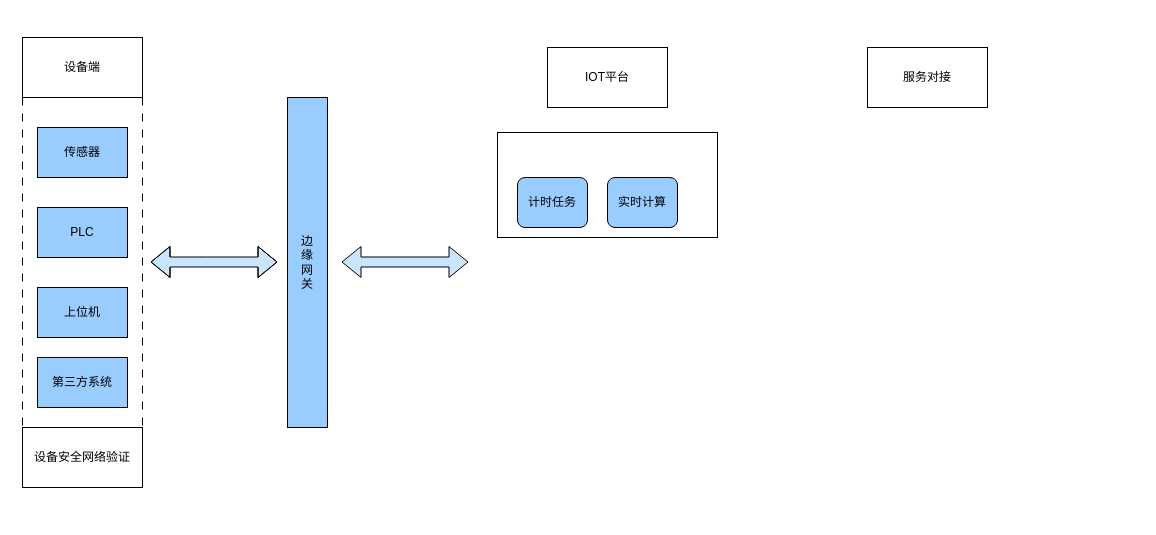
Above: 积分商城/iot架构图.drawio in messi122/picture (draw.io), before the change. Source tidied: cells renumbered, new cells numbered last; positions are measured from the earlier drawing's top-left corner, leaving out a move shared by most shapes. Both pictures are drawn from the tidied source at 100%, with x=0, y=0 at pixel (22, 37).
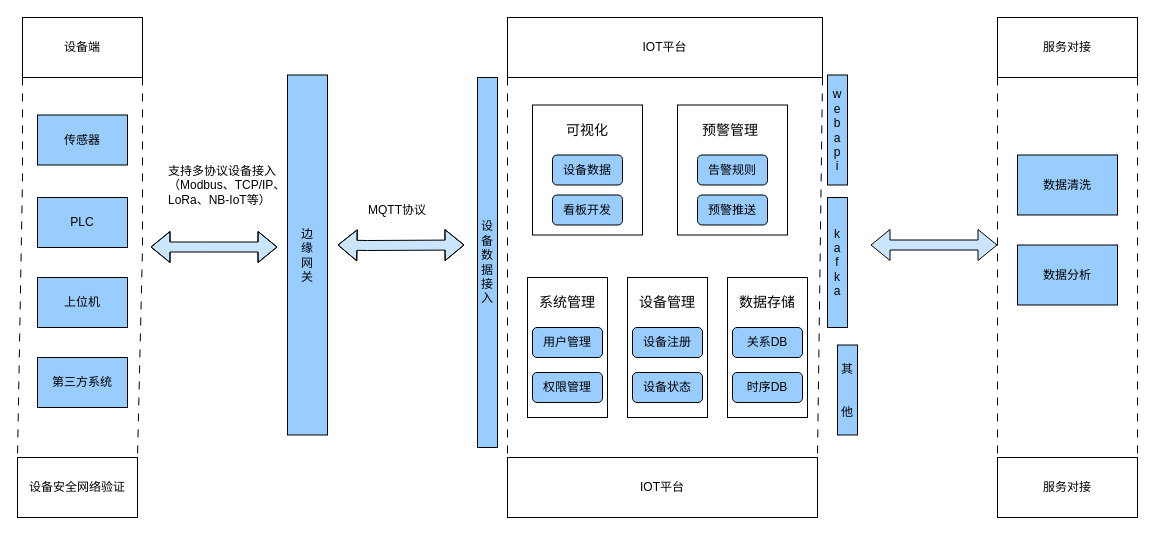
The same diagram, later.

Commit message:
更新iot架构图.drawio

Change to the diagram source:
```diff
@@
     <mxCell id="2" style="edgeStyle=none;rounded=0;jettySize=auto;html=1;exitX=1;exitY=1;exitDx=0;exitDy=0;entryX=1;entryY=0;entryDx=0;entryDy=0;dashed=1;dashPattern=8 8;endArrow=none;endFill=0;" parent="1" edge="1" source="4" target="9">
       <mxGeometry relative="1" as="geometry">
         <Array as="points">
-          <mxPoint x="120" y="230" />
+          <mxPoint x="120" y="210" />
         </Array>
       </mxGeometry>
     </mxCell>
     <mxCell id="3" style="edgeStyle=none;rounded=0;jettySize=auto;html=1;exitX=0;exitY=1;exitDx=0;exitDy=0;entryX=0;entryY=0;entryDx=0;entryDy=0;dashed=1;dashPattern=8 8;endArrow=none;endFill=0;" parent="1" edge="1" source="4" target="9">
-      <mxGeometry relative="1" as="geometry" />
+      <mxGeometry relative="1" as="geometry">
+        <Array as="points">
+          <mxPoint y="140" />
+        </Array>
+      </mxGeometry>
     </mxCell>
     <mxCell id="4" value="设备端" style="rounded=0;whiteSpace=wrap;html=1;" parent="1" vertex="1">
-      <mxGeometry width="120" height="60" as="geometry" />
+      <mxGeometry y="-20" width="120" height="60" as="geometry" />
     </mxCell>
     <mxCell id="5" value="传感器" style="rounded=0;whiteSpace=wrap;html=1;fillColor=#99CCFF;" parent="1" vertex="1">
-      <mxGeometry x="15" y="90" width="90" height="50" as="geometry" />
+      <mxGeometry x="15" y="77.5" width="90" height="50" as="geometry" />
     </mxCell>
     <mxCell id="6" value="PLC" style="rounded=0;whiteSpace=wrap;html=1;fillColor=#99CCFF;" parent="1" vertex="1">
-      <mxGeometry x="15" y="170" width="90" height="50" as="geometry" />
+      <mxGeometry x="15" y="160" width="90" height="50" as="geometry" />
     </mxCell>
     <mxCell id="7" value="上位机" style="rounded=0;whiteSpace=wrap;html=1;fillColor=#99CCFF;" parent="1" vertex="1">
-      <mxGeometry x="15" y="250" width="90" height="50" as="geometry" />
+      <mxGeometry x="15" y="240" width="90" height="50" as="geometry" />
     </mxCell>
@@
     <mxCell id="9" value="设备安全网络验证" style="rounded=0;whiteSpace=wrap;html=1;" parent="1" vertex="1">
-      <mxGeometry y="390" width="120" height="60" as="geometry" />
+      <mxGeometry x="-5" y="420" width="120" height="60" as="geometry" />
     </mxCell>
     <mxCell id="10" value="边&lt;div&gt;缘&lt;/div&gt;&lt;div&gt;网&lt;/div&gt;&lt;div&gt;关&lt;/div&gt;" style="rounded=0;whiteSpace=wrap;html=1;fillColor=#99CCFF;" parent="1" vertex="1">
-      <mxGeometry x="265" y="60" width="40" height="330" as="geometry" />
+      <mxGeometry x="265" y="37.5" width="40" height="360" as="geometry" />
     </mxCell>
     <mxCell id="11" style="shape=flexArrow;endArrow=classic;startArrow=classic;html=1;rounded=0;fillColor=#CCE5FF;" parent="1" edge="1">
       <mxGeometry relative="1" as="geometry">
-        <mxPoint x="128" y="224.5" as="sourcePoint" />
-        <mxPoint x="255" y="224.5" as="targetPoint" />
+        <mxPoint x="128" y="209.5" as="sourcePoint" />
+        <mxPoint x="255" y="209.5" as="targetPoint" />
         <Array as="points">
-          <mxPoint x="185" y="224.5" />
+          <mxPoint x="185" y="209.5" />
         </Array>
       </mxGeometry>
     </mxCell>
+    <mxCell id="18" style="edgeStyle=none;rounded=0;jettySize=auto;html=1;exitX=0;exitY=1;exitDx=0;exitDy=0;entryX=0;entryY=0.25;entryDx=0;entryDy=0;dashed=1;dashPattern=8 8;endArrow=none;endFill=0;" parent="1" edge="1" source="12" target="45">
+      <mxGeometry relative="1" as="geometry" />
+    </mxCell>
+    <mxCell id="19" style="edgeStyle=none;rounded=0;jettySize=auto;html=1;exitX=1;exitY=1;exitDx=0;exitDy=0;entryX=1;entryY=0;entryDx=0;entryDy=0;dashed=1;dashPattern=8 8;endArrow=none;endFill=0;" parent="1" edge="1" source="12" target="45">
+      <mxGeometry relative="1" as="geometry" />
+    </mxCell>
     <mxCell id="12" value="IOT平台" style="rounded=0;whiteSpace=wrap;html=1;" parent="1" vertex="1">
-      <mxGeometry x="525" y="10" width="120" height="60" as="geometry" />
+      <mxGeometry x="485" y="-20" width="315" height="60" as="geometry" />
     </mxCell>
-    <mxCell id="13" style="rounded=0;whiteSpace=wrap;html=1;" parent="1" vertex="1">
-      <mxGeometry x="475" y="95" width="220" height="105" as="geometry" />
-    </mxCell>
+    <mxCell id="20" style="edgeStyle=none;rounded=0;jettySize=auto;html=1;exitX=0;exitY=1;exitDx=0;exitDy=0;entryX=0;entryY=0.25;entryDx=0;entryDy=0;endArrow=none;endFill=0;dashed=1;dashPattern=8 8;" parent="1" edge="1" source="14" target="24">
+      <mxGeometry relative="1" as="geometry" />
+    </mxCell>
+    <mxCell id="21" style="edgeStyle=none;rounded=0;jettySize=auto;html=1;exitX=1;exitY=1;exitDx=0;exitDy=0;entryX=1;entryY=0.25;entryDx=0;entryDy=0;endArrow=none;endFill=0;dashed=1;dashPattern=8 8;" parent="1" edge="1" source="14" target="24">
+      <mxGeometry relative="1" as="geometry" />
+    </mxCell>
     <mxCell id="14" value="服务对接" style="rounded=0;whiteSpace=wrap;html=1;" parent="1" vertex="1">
-      <mxGeometry x="845" y="10" width="120" height="60" as="geometry" />
+      <mxGeometry x="975" y="-20" width="140" height="60" as="geometry" />
     </mxCell>
-    <mxCell id="15" value="计时任务" style="rounded=1;whiteSpace=wrap;html=1;fillColor=#99CCFF;" parent="1" vertex="1">
-      <mxGeometry x="495" y="140" width="70" height="50" as="geometry" />
-    </mxCell>
-    <mxCell id="16" value="实时计算" style="rounded=1;whiteSpace=wrap;html=1;fillColor=#99CCFF;" parent="1" vertex="1">
-      <mxGeometry x="585" y="140" width="70" height="50" as="geometry" />
-    </mxCell>
     <mxCell id="17" style="shape=flexArrow;endArrow=classic;startArrow=classic;html=1;rounded=0;fillColor=#CCE5FF;" parent="1" edge="1">
       <mxGeometry relative="1" as="geometry">
-        <mxPoint x="319" y="224.5" as="sourcePoint" />
-        <mxPoint x="446" y="224.5" as="targetPoint" />
+        <mxPoint x="315" y="207.5" as="sourcePoint" />
+        <mxPoint x="442" y="207.5" as="targetPoint" />
+        <Array as="points">
+          <mxPoint x="345" y="208" />
+        </Array>
       </mxGeometry>
     </mxCell>
+    <mxCell id="22" value="数据清洗" style="rounded=0;whiteSpace=wrap;html=1;fillColor=#99CCFF;" parent="1" vertex="1">
+      <mxGeometry x="995" y="117.5" width="100" height="60" as="geometry" />
+    </mxCell>
+    <mxCell id="23" value="数据分析" style="rounded=0;whiteSpace=wrap;html=1;fillColor=#99CCFF;" parent="1" vertex="1">
+      <mxGeometry x="995" y="207.5" width="100" height="60" as="geometry" />
+    </mxCell>
+    <mxCell id="24" value="服务对接" style="rounded=0;whiteSpace=wrap;html=1;" parent="1" vertex="1">
+      <mxGeometry x="975" y="420" width="140" height="60" as="geometry" />
+    </mxCell>
+    <mxCell id="25" style="rounded=0;whiteSpace=wrap;html=1;" parent="1" vertex="1">
+      <mxGeometry x="510" y="67.5" width="110" height="130" as="geometry" />
+    </mxCell>
+    <mxCell id="26" value="设备数据" style="rounded=1;whiteSpace=wrap;html=1;fillColor=#99CCFF;" parent="1" vertex="1">
+      <mxGeometry x="530" y="117.5" width="70" height="30" as="geometry" />
+    </mxCell>
+    <mxCell id="27" value="看板开发" style="rounded=1;whiteSpace=wrap;html=1;fillColor=#99CCFF;" parent="1" vertex="1">
+      <mxGeometry x="530" y="157.5" width="70" height="30" as="geometry" />
+    </mxCell>
+    <mxCell id="28" value="&lt;font style=&quot;font-size: 14px;&quot;&gt;可视化&lt;/font&gt;" style="text;html=1;whiteSpace=wrap;strokeColor=none;fillColor=none;align=center;verticalAlign=middle;rounded=0;" parent="1" vertex="1">
+      <mxGeometry x="535" y="77.5" width="60" height="30" as="geometry" />
+    </mxCell>
+    <mxCell id="29" style="rounded=0;whiteSpace=wrap;html=1;" parent="1" vertex="1">
+      <mxGeometry x="655" y="67.5" width="110" height="130" as="geometry" />
+    </mxCell>
+    <mxCell id="30" value="告警规则" style="rounded=1;whiteSpace=wrap;html=1;fillColor=#99CCFF;" parent="1" vertex="1">
+      <mxGeometry x="675" y="117.5" width="70" height="30" as="geometry" />
+    </mxCell>
+    <mxCell id="31" value="预警推送" style="rounded=1;whiteSpace=wrap;html=1;fillColor=#99CCFF;" parent="1" vertex="1">
+      <mxGeometry x="675" y="157.5" width="70" height="30" as="geometry" />
+    </mxCell>
+    <mxCell id="32" value="&lt;font style=&quot;font-size: 14px;&quot;&gt;预警管理&lt;/font&gt;" style="text;html=1;whiteSpace=wrap;strokeColor=none;fillColor=none;align=center;verticalAlign=middle;rounded=0;" parent="1" vertex="1">
+      <mxGeometry x="668" y="77.5" width="80" height="30" as="geometry" />
+    </mxCell>
+    <mxCell id="33" style="rounded=0;whiteSpace=wrap;html=1;" parent="1" vertex="1">
+      <mxGeometry x="505" y="240" width="80" height="140" as="geometry" />
+    </mxCell>
+    <mxCell id="34" value="用户管理" style="rounded=1;whiteSpace=wrap;html=1;fillColor=#99CCFF;" parent="1" vertex="1">
+      <mxGeometry x="510" y="290" width="70" height="30" as="geometry" />
+    </mxCell>
+    <mxCell id="35" value="权限管理" style="rounded=1;whiteSpace=wrap;html=1;fillColor=#99CCFF;" parent="1" vertex="1">
+      <mxGeometry x="510" y="335" width="70" height="30" as="geometry" />
+    </mxCell>
+    <mxCell id="36" value="&lt;font style=&quot;font-size: 14px;&quot;&gt;系统管理&lt;/font&gt;" style="text;html=1;whiteSpace=wrap;strokeColor=none;fillColor=none;align=center;verticalAlign=middle;rounded=0;" parent="1" vertex="1">
+      <mxGeometry x="515" y="250" width="60" height="30" as="geometry" />
+    </mxCell>
+    <mxCell id="37" style="rounded=0;whiteSpace=wrap;html=1;" parent="1" vertex="1">
+      <mxGeometry x="605" y="240" width="80" height="140" as="geometry" />
+    </mxCell>
+    <mxCell id="38" value="设备注册" style="rounded=1;whiteSpace=wrap;html=1;fillColor=#99CCFF;" parent="1" vertex="1">
+      <mxGeometry x="610" y="290" width="70" height="30" as="geometry" />
+    </mxCell>
+    <mxCell id="39" value="设备状态" style="rounded=1;whiteSpace=wrap;html=1;fillColor=#99CCFF;" parent="1" vertex="1">
+      <mxGeometry x="610" y="335" width="70" height="30" as="geometry" />
+    </mxCell>
+    <mxCell id="40" value="&lt;font style=&quot;font-size: 14px;&quot;&gt;设备管理&lt;/font&gt;" style="text;html=1;whiteSpace=wrap;strokeColor=none;fillColor=none;align=center;verticalAlign=middle;rounded=0;" parent="1" vertex="1">
+      <mxGeometry x="615" y="250" width="60" height="30" as="geometry" />
+    </mxCell>
+    <mxCell id="41" style="rounded=0;whiteSpace=wrap;html=1;" parent="1" vertex="1">
+      <mxGeometry x="705" y="240" width="80" height="140" as="geometry" />
+    </mxCell>
+    <mxCell id="42" value="关系DB" style="rounded=1;whiteSpace=wrap;html=1;fillColor=#99CCFF;" parent="1" vertex="1">
+      <mxGeometry x="710" y="290" width="70" height="30" as="geometry" />
+    </mxCell>
+    <mxCell id="43" value="时序DB" style="rounded=1;whiteSpace=wrap;html=1;fillColor=#99CCFF;" parent="1" vertex="1">
+      <mxGeometry x="710" y="335" width="70" height="30" as="geometry" />
+    </mxCell>
+    <mxCell id="44" value="&lt;font style=&quot;font-size: 14px;&quot;&gt;数据存储&lt;/font&gt;" style="text;html=1;whiteSpace=wrap;strokeColor=none;fillColor=none;align=center;verticalAlign=middle;rounded=0;" parent="1" vertex="1">
+      <mxGeometry x="715" y="250" width="60" height="30" as="geometry" />
+    </mxCell>
+    <mxCell id="45" value="IOT平台" style="rounded=0;whiteSpace=wrap;html=1;" parent="1" vertex="1">
+      <mxGeometry x="485" y="420" width="310" height="60" as="geometry" />
+    </mxCell>
+    <mxCell id="46" value="MQTT协议" style="text;html=1;whiteSpace=wrap;strokeColor=none;fillColor=none;align=center;verticalAlign=middle;rounded=0;" parent="1" vertex="1">
+      <mxGeometry x="345" y="157.5" width="60" height="30" as="geometry" />
+    </mxCell>
+    <mxCell id="47" value="w&lt;div&gt;e&lt;/div&gt;&lt;div&gt;b&lt;/div&gt;&lt;div&gt;a&lt;/div&gt;&lt;div&gt;p&lt;/div&gt;&lt;div&gt;i&lt;/div&gt;" style="rounded=0;whiteSpace=wrap;html=1;fillColor=#99CCFF;" parent="1" vertex="1">
+      <mxGeometry x="805" y="37.5" width="20" height="110" as="geometry" />
+    </mxCell>
+    <mxCell id="48" value="k&lt;div&gt;a&lt;/div&gt;&lt;div&gt;f&lt;/div&gt;&lt;div&gt;k&lt;/div&gt;&lt;div&gt;a&lt;/div&gt;" style="rounded=0;whiteSpace=wrap;html=1;fillColor=#99CCFF;" parent="1" vertex="1">
+      <mxGeometry x="805" y="160" width="20" height="130" as="geometry" />
+    </mxCell>
+    <mxCell id="49" value="其&lt;div&gt;&lt;br&gt;&lt;/div&gt;&lt;div&gt;&lt;br&gt;&lt;/div&gt;&lt;div&gt;他&lt;/div&gt;" style="rounded=0;whiteSpace=wrap;html=1;fillColor=#99CCFF;" parent="1" vertex="1">
+      <mxGeometry x="815" y="307.5" width="20" height="90" as="geometry" />
+    </mxCell>
+    <mxCell id="50" style="shape=flexArrow;endArrow=classic;startArrow=classic;html=1;rounded=0;fillColor=#CCE5FF;" parent="1" edge="1">
+      <mxGeometry relative="1" as="geometry">
+        <mxPoint x="848" y="207.5" as="sourcePoint" />
+        <mxPoint x="975" y="207.5" as="targetPoint" />
+      </mxGeometry>
+    </mxCell>
+    <mxCell id="51" value="设&lt;div&gt;备&lt;/div&gt;&lt;div&gt;数&lt;div&gt;据&lt;/div&gt;&lt;div&gt;接&lt;/div&gt;&lt;div&gt;入&lt;/div&gt;&lt;/div&gt;" style="rounded=0;whiteSpace=wrap;html=1;fillColor=#99CCFF;" parent="1" vertex="1">
+      <mxGeometry x="455" y="40" width="20" height="370" as="geometry" />
+    </mxCell>
+    <mxCell id="52" value="&lt;div style=&quot;font-size: medium; text-align: start;&quot;&gt;&lt;/div&gt;&lt;div class=&quot;document&quot; style=&quot;text-align: start;&quot;&gt;&lt;div class=&quot;section&quot; style=&quot;&quot;&gt;&lt;p class=&quot;paragraph text-align-type-left&quot; style=&quot;margin: 3pt 0pt;&quot;&gt;&lt;span style=&quot;letter-spacing: 0pt; vertical-align: baseline;&quot;&gt;&lt;font style=&quot;font-size: 12px;&quot; face=&quot;Helvetica&quot;&gt;支持多协议设备接入（Modbus、TCP/IP、LoRa、NB-IoT等）&lt;/font&gt;&lt;/span&gt;&lt;/p&gt;&lt;/div&gt;&lt;/div&gt;" style="text;html=1;whiteSpace=wrap;strokeColor=none;fillColor=none;align=center;verticalAlign=middle;rounded=0;" parent="1" vertex="1">
+      <mxGeometry x="145" y="117.5" width="120" height="60" as="geometry" />
+    </mxCell>
```
